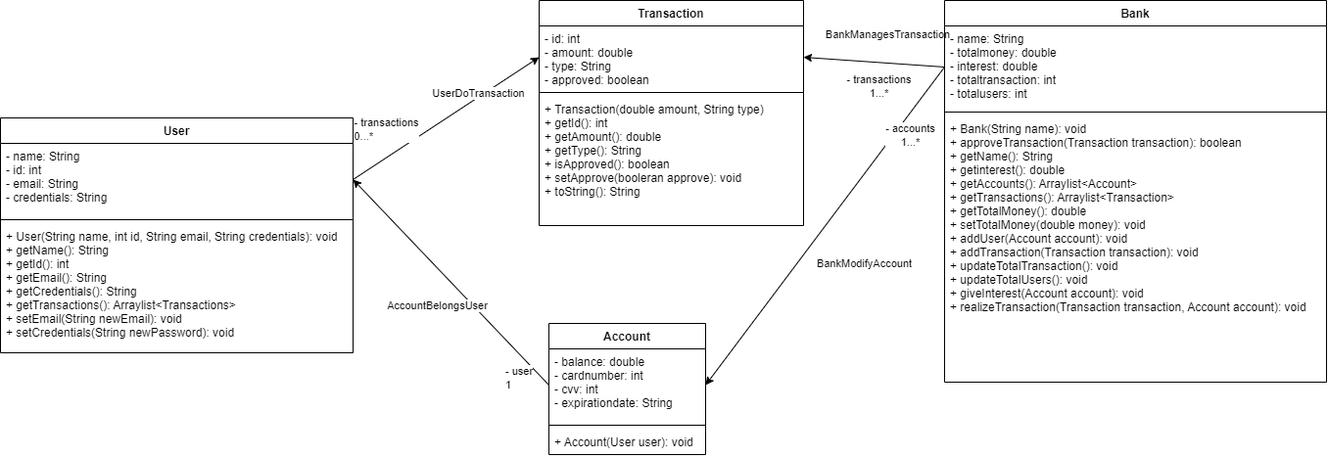
Before: Week5/Quiz/Quiz4.png, a diagram exported from draw.io (Julian-Florez/OOP-Project). Source tidied: cells renumbered, new cells last; positions are measured from the earlier drawing's top-left corner, leaving out a move shared by most shapes.
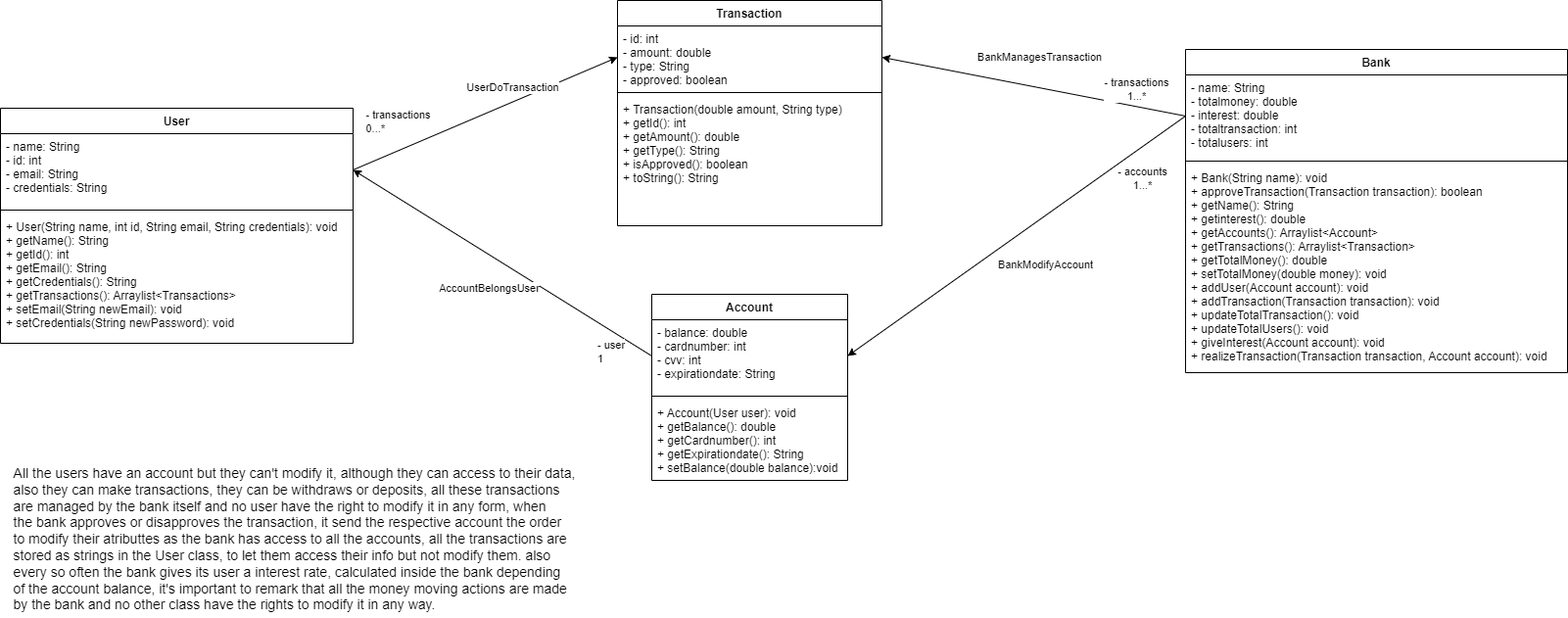
After the change.

Change to the diagram source:
```diff
@@ -3,7 +3,7 @@
     <mxCell id="0" />
     <mxCell id="1" parent="0" />
     <mxCell id="2" value="User" style="swimlane;fontStyle=1;align=center;verticalAlign=top;horizontal=1;startSize=26;" parent="1" vertex="1">
-      <mxGeometry y="120" width="360" height="240" as="geometry" />
+      <mxGeometry x="-140" y="120" width="360" height="240" as="geometry" />
     </mxCell>
     <mxCell id="3" value="- name: String&#10;- id: int&#10;- email: String&#10;- credentials: String" style="text;strokeColor=none;fillColor=none;align=left;verticalAlign=top;spacingLeft=4;spacingRight=4;overflow=hidden;points=[[0,0.5],[1,0.5]];portConstraint=eastwest;" parent="2" vertex="1">
       <mxGeometry y="26" width="360" height="74" as="geometry" />
@@ -15,16 +15,16 @@
       <mxGeometry y="108" width="360" height="132" as="geometry" />
     </mxCell>
     <mxCell id="6" value="Account" style="swimlane;fontStyle=1;align=center;verticalAlign=top;horizontal=1;startSize=26;" parent="1" vertex="1">
-      <mxGeometry x="560" y="330" width="160" height="134" as="geometry" />
+      <mxGeometry x="525" y="310" width="200" height="190" as="geometry" />
     </mxCell>
     <mxCell id="7" value="- balance: double&#10;- cardnumber: int&#10;- cvv: int&#10;- expirationdate: String" style="text;strokeColor=none;fillColor=none;align=left;verticalAlign=top;spacingLeft=4;spacingRight=4;overflow=hidden;points=[[0,0.5],[1,0.5]];portConstraint=eastwest;" parent="6" vertex="1">
-      <mxGeometry y="26" width="160" height="74" as="geometry" />
+      <mxGeometry y="26" width="200" height="74" as="geometry" />
     </mxCell>
     <mxCell id="8" style="line;strokeWidth=1;fillColor=none;align=left;verticalAlign=middle;spacingTop=-1;spacingLeft=3;spacingRight=3;labelPosition=right;strokeColor=inherit;" parent="6" vertex="1">
-      <mxGeometry y="100" width="160" height="8" as="geometry" />
+      <mxGeometry y="100" width="200" height="8" as="geometry" />
     </mxCell>
-    <mxCell id="9" value="+ Account(User user): void" style="text;strokeColor=none;fillColor=none;align=left;verticalAlign=top;spacingLeft=4;spacingRight=4;overflow=hidden;" parent="6" vertex="1">
-      <mxGeometry y="108" width="160" height="26" as="geometry" />
+    <mxCell id="9" value="+ Account(User user): void&#10;+ getBalance(): double&#10;+ getCardnumber(): int&#10;+ getExpirationdate(): String&#10;+ setBalance(double balance):void" style="text;strokeColor=none;fillColor=none;align=left;verticalAlign=top;spacingLeft=4;spacingRight=4;overflow=hidden;" parent="6" vertex="1">
+      <mxGeometry y="108" width="200" height="82" as="geometry" />
     </mxCell>
     <mxCell id="10" style="edgeStyle=none;html=1;entryX=1;entryY=0.5;entryDx=0;entryDy=0;exitX=0;exitY=0.5;exitDx=0;exitDy=0;" parent="1" edge="1" source="17" target="21">
       <mxGeometry relative="1" as="geometry" />
@@ -36,7 +36,7 @@
     </mxCell>
     <mxCell id="12" value="- transactions&lt;br&gt;1...*" style="edgeLabel;html=1;align=center;verticalAlign=middle;" parent="10" vertex="1">
       <mxGeometry x="-0.85" y="-5" relative="1" as="geometry">
-        <mxPoint x="-57" y="25" as="offset" />
+        <mxPoint x="-28" y="-19" as="offset" />
       </mxGeometry>
     </mxCell>
     <mxCell id="13" style="edgeStyle=none;html=1;entryX=1;entryY=0.5;entryDx=0;entryDy=0;exitX=0;exitY=0.5;exitDx=0;exitDy=0;" parent="1" edge="1" source="17" target="7">
@@ -53,7 +53,7 @@
       </mxGeometry>
     </mxCell>
     <mxCell id="16" value="Bank" style="swimlane;fontStyle=1;align=center;verticalAlign=top;horizontal=1;startSize=26;" parent="1" vertex="1">
-      <mxGeometry x="964" width="390" height="390" as="geometry" />
+      <mxGeometry x="1070" y="60" width="390" height="330" as="geometry" />
     </mxCell>
     <mxCell id="17" value="- name: String&#10;- totalmoney: double&#10;- interest: double&#10;- totaltransaction: int&#10;- totalusers: int" style="text;strokeColor=none;fillColor=none;align=left;verticalAlign=top;spacingLeft=4;spacingRight=4;overflow=hidden;points=[[0,0.5],[1,0.5]];portConstraint=eastwest;" parent="16" vertex="1">
       <mxGeometry y="26" width="390" height="84" as="geometry" />
@@ -62,10 +62,10 @@
       <mxGeometry y="110" width="390" height="8" as="geometry" />
     </mxCell>
     <mxCell id="19" value="+ Bank(String name): void&#10;+ approveTransaction(Transaction transaction): boolean&#10;+ getName(): String&#10;+ getinterest(): double&#10;+ getAccounts(): Arraylist&lt;Account&gt;&#10;+ getTransactions(): Arraylist&lt;Transaction&gt;&#10;+ getTotalMoney(): double&#10;+ setTotalMoney(double money): void&#10;+ addUser(Account account): void&#10;+ addTransaction(Transaction transaction): void&#10;+ updateTotalTransaction(): void&#10;+ updateTotalUsers(): void&#10;+ giveInterest(Account account): void&#10;+ realizeTransaction(Transaction transaction, Account account): void" style="text;strokeColor=none;fillColor=none;align=left;verticalAlign=top;spacingLeft=4;spacingRight=4;overflow=hidden;" parent="16" vertex="1">
-      <mxGeometry y="118" width="390" height="272" as="geometry" />
+      <mxGeometry y="118" width="390" height="212" as="geometry" />
     </mxCell>
     <mxCell id="20" value="Transaction" style="swimlane;fontStyle=1;align=center;verticalAlign=top;horizontal=1;startSize=26;" parent="1" vertex="1">
-      <mxGeometry x="550" width="270" height="230" as="geometry" />
+      <mxGeometry x="490" y="10" width="270" height="230" as="geometry" />
     </mxCell>
     <mxCell id="21" value="- id: int&#10;- amount: double&#10;- type: String&#10;- approved: boolean" style="text;strokeColor=none;fillColor=none;align=left;verticalAlign=top;spacingLeft=4;spacingRight=4;overflow=hidden;points=[[0,0.5],[1,0.5]];portConstraint=eastwest;" parent="20" vertex="1">
       <mxGeometry y="26" width="270" height="64" as="geometry" />
@@ -73,7 +73,7 @@
     <mxCell id="22" style="line;strokeWidth=1;fillColor=none;align=left;verticalAlign=middle;spacingTop=-1;spacingLeft=3;spacingRight=3;labelPosition=right;strokeColor=inherit;" parent="20" vertex="1">
       <mxGeometry y="90" width="270" height="8" as="geometry" />
     </mxCell>
-    <mxCell id="23" value="+ Transaction(double amount, String type)&#10;+ getId(): int&#10;+ getAmount(): double&#10;+ getType(): String&#10;+ isApproved(): boolean&#10;+ setApprove(booleran approve): void&#10;+ toString(): String" style="text;strokeColor=none;fillColor=none;align=left;verticalAlign=top;spacingLeft=4;spacingRight=4;overflow=hidden;" parent="20" vertex="1">
+    <mxCell id="23" value="+ Transaction(double amount, String type)&#10;+ getId(): int&#10;+ getAmount(): double&#10;+ getType(): String&#10;+ isApproved(): boolean&#10;+ toString(): String" style="text;strokeColor=none;fillColor=none;align=left;verticalAlign=top;spacingLeft=4;spacingRight=4;overflow=hidden;" parent="20" vertex="1">
       <mxGeometry y="98" width="270" height="132" as="geometry" />
     </mxCell>
     <mxCell id="24" style="edgeStyle=none;html=1;entryX=0;entryY=0.5;entryDx=0;entryDy=0;exitX=1;exitY=0.5;exitDx=0;exitDy=0;" parent="1" edge="1" source="3" target="21">
@@ -102,5 +102,8 @@
         <mxPoint x="-25" y="16" as="offset" />
       </mxGeometry>
     </mxCell>
+    <mxCell id="30" value="&lt;div style=&quot;text-align: justify;&quot;&gt;&lt;span style=&quot;font-size: 14px; background-color: initial;&quot;&gt;All the users have an account but they can't modify it, although they can access to their data,&lt;/span&gt;&lt;/div&gt;&lt;font style=&quot;font-size: 14px;&quot;&gt;&lt;div style=&quot;text-align: justify;&quot;&gt;&lt;span style=&quot;background-color: initial;&quot;&gt;also they can make transactions, they can be withdraws or deposits, all these transactions&lt;/span&gt;&lt;/div&gt;&lt;div style=&quot;text-align: justify;&quot;&gt;&lt;span style=&quot;background-color: initial;&quot;&gt;are managed by the bank itself and no user have the right to modify it in any form, when&lt;/span&gt;&lt;/div&gt;&lt;div style=&quot;text-align: justify;&quot;&gt;&lt;span style=&quot;background-color: initial;&quot;&gt;the bank approves or disapproves the transaction, it send the respective account the order&lt;/span&gt;&lt;/div&gt;&lt;div style=&quot;text-align: justify;&quot;&gt;&lt;span style=&quot;background-color: initial;&quot;&gt;to modify their atributtes as the bank has access to all the accounts, all the transactions are&amp;nbsp;&lt;/span&gt;&lt;/div&gt;&lt;div style=&quot;text-align: justify;&quot;&gt;&lt;span style=&quot;background-color: initial;&quot;&gt;stored as strings in the User class, to let them access their info but not modify them. also&amp;nbsp;&lt;/span&gt;&lt;/div&gt;&lt;div style=&quot;text-align: justify;&quot;&gt;&lt;span style=&quot;background-color: initial;&quot;&gt;every so often&lt;/span&gt;&lt;span style=&quot;background-color: initial;&quot;&gt;&amp;nbsp;&lt;/span&gt;&lt;span style=&quot;background-color: initial;&quot;&gt;the bank gives its user a interest rate, calculated inside the bank depending&amp;nbsp;&lt;/span&gt;&lt;/div&gt;&lt;div style=&quot;text-align: justify;&quot;&gt;&lt;span style=&quot;background-color: initial;&quot;&gt;of the account&amp;nbsp;&lt;/span&gt;&lt;span style=&quot;background-color: initial;&quot;&gt;balance, it's important to remark that all the money moving actions are made&amp;nbsp;&lt;/span&gt;&lt;/div&gt;&lt;div style=&quot;text-align: justify;&quot;&gt;&lt;span style=&quot;background-color: initial;&quot;&gt;by the bank&amp;nbsp;&lt;/span&gt;&lt;span style=&quot;background-color: initial;&quot;&gt;and no other class have the rights to modify it in any way.&lt;/span&gt;&lt;/div&gt;&lt;/font&gt;" style="text;html=1;align=center;verticalAlign=middle;strokeColor=none;fillColor=none;" parent="1" vertex="1">
+      <mxGeometry x="-140" y="480" width="600" height="160" as="geometry" />
+    </mxCell>
   </root>
 </mxGraphModel>
```
